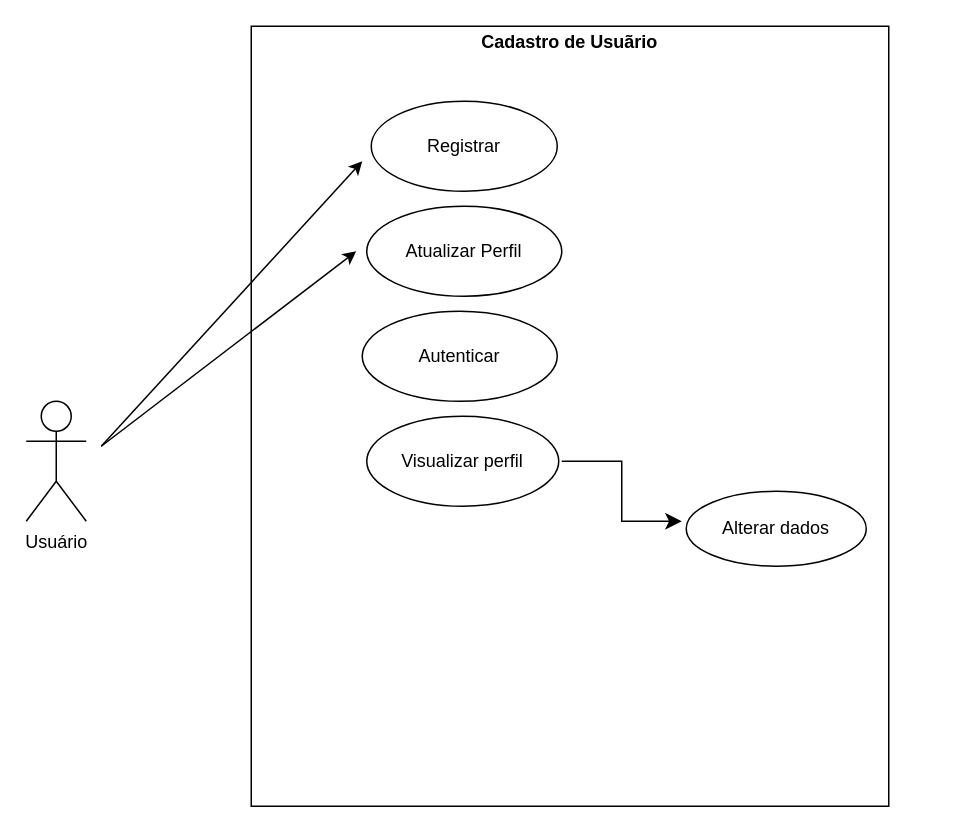
The draw.io diagram page "Página-10" (10 of 10) of Diagrama sem nome.drawio in Raquelf-06/diagramasderequisitos, before the edit. Source tidied: cells renumbered, new cells numbered last; positions are measured from the earlier drawing's top-left corner, leaving out a move shared by most shapes. Both pictures are drawn from the tidied source at 150%, with x=0, y=0 at pixel (26, 26).
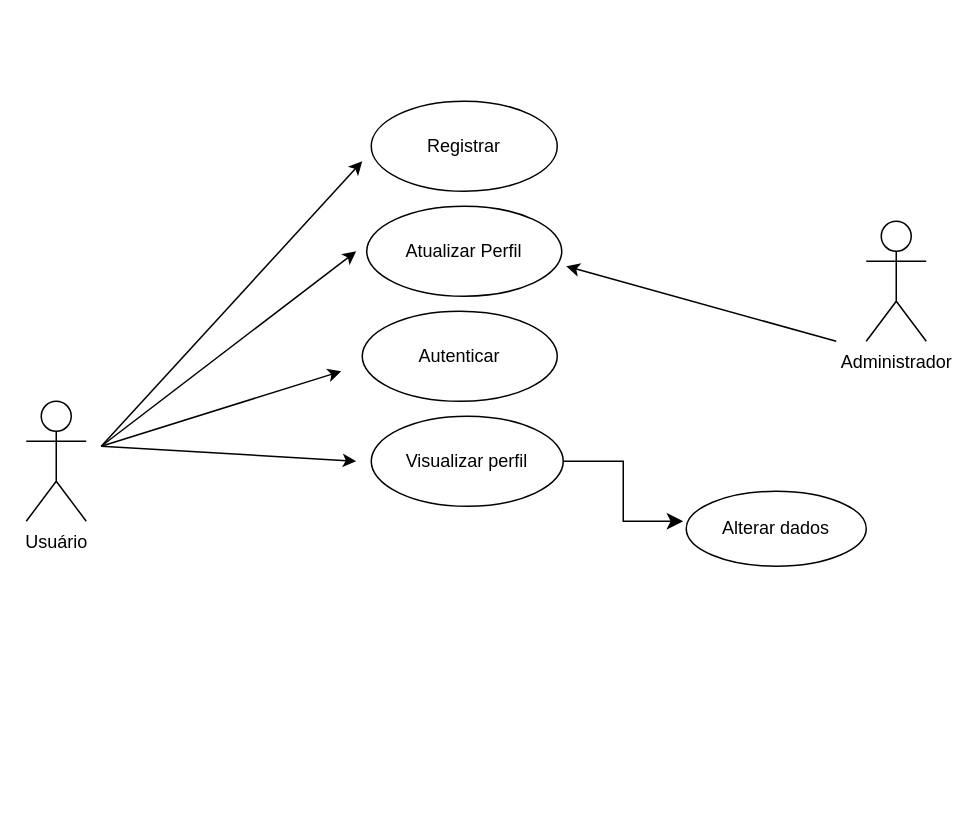
The same diagram, later.

Change to the diagram source:
```diff
@@
-    <mxCell id="2" value="&lt;p style=&quot;margin:0px;margin-top:4px;text-align:center;&quot;&gt;&lt;b&gt;Cadastro de Usuãrio&lt;/b&gt;&lt;/p&gt;" style="verticalAlign=top;align=left;overflow=fill;html=1;whiteSpace=wrap;" parent="1" vertex="1">
-      <mxGeometry x="150" width="425" height="520" as="geometry" />
-    </mxCell>
@@
     <mxCell id="5" value="Visualizar perfil" style="ellipse;whiteSpace=wrap;html=1;" parent="1" vertex="1">
-      <mxGeometry x="227" y="260" width="128" height="60" as="geometry" />
+      <mxGeometry x="230" y="260" width="128" height="60" as="geometry" />
     </mxCell>
@@
     <mxCell id="7" style="edgeStyle=segmentEdgeStyle;endArrow=classic;html=1;curved=0;rounded=0;endSize=8;startSize=8;sourcePerimeterSpacing=0;targetPerimeterSpacing=0;" parent="1" edge="1">
       <mxGeometry relative="1" as="geometry">
-        <mxPoint x="357" y="290" as="sourcePoint" />
-        <mxPoint x="437" y="330" as="targetPoint" />
+        <mxPoint x="358" y="290" as="sourcePoint" />
+        <mxPoint x="438" y="330" as="targetPoint" />
         <Array as="points">
-          <mxPoint x="397" y="290" />
-          <mxPoint x="397" y="330" />
+          <mxPoint x="398" y="290" />
+          <mxPoint x="398" y="330" />
         </Array>
       </mxGeometry>
     </mxCell>
@@
+    <mxCell id="12" style="endArrow=classic;html=1;rounded=0;" parent="1" edge="1">
+      <mxGeometry relative="1" as="geometry">
+        <mxPoint x="50" y="280" as="sourcePoint" />
+        <mxPoint x="210" y="230" as="targetPoint" />
+      </mxGeometry>
+    </mxCell>
+    <mxCell id="13" style="endArrow=classic;html=1;rounded=0;" parent="1" edge="1">
+      <mxGeometry relative="1" as="geometry">
+        <mxPoint x="50" y="280" as="sourcePoint" />
+        <mxPoint x="220" y="290" as="targetPoint" />
+      </mxGeometry>
+    </mxCell>
+    <mxCell id="14" value="Administrador" style="shape=umlActor;verticalLabelPosition=bottom;verticalAlign=top;html=1;" parent="1" vertex="1">
+      <mxGeometry x="560" y="130" width="40" height="80" as="geometry" />
+    </mxCell>
+    <mxCell id="15" style="endArrow=classic;html=1;rounded=0;" parent="1" edge="1">
+      <mxGeometry relative="1" as="geometry">
+        <mxPoint x="540" y="210" as="sourcePoint" />
+        <mxPoint x="360" y="160" as="targetPoint" />
+      </mxGeometry>
+    </mxCell>
```
